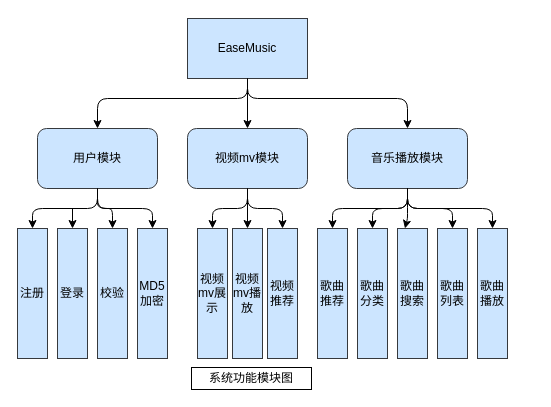
The draw.io diagram src/controller/后台架构.dio in jinfazhu-mygit/backend-of-koa-project-for-graduate, before the edit. Source tidied: cells renumbered, new cells numbered last; positions are measured from the earlier drawing's top-left corner, leaving out a move shared by most shapes. Both pictures are drawn from the tidied source at 100%, with x=0, y=0 at pixel (17, 18).
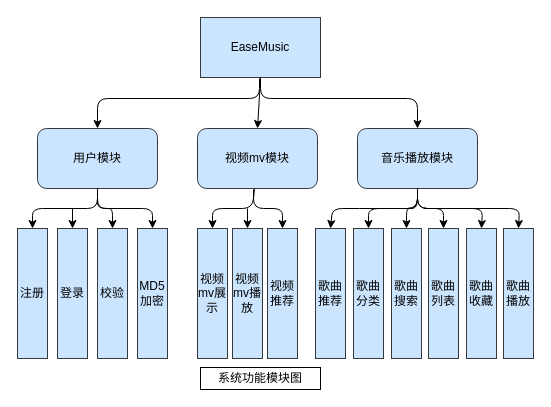
After the change.

Unchanged cells that the change refers to:
```xml
<mxCell id="3" value="用户模块" style="rounded=1;whiteSpace=wrap;html=1;fillColor=#cce5ff;strokeColor=#36393d;fontColor=#000000;" parent="1" vertex="1">
  <mxGeometry x="20" y="110" width="120" height="60" as="geometry" />
</mxCell>
<mxCell id="18" value="视频mv展示" style="rounded=0;whiteSpace=wrap;html=1;fillColor=#cce5ff;strokeColor=#36393d;fontColor=#000000;" parent="1" vertex="1">
  <mxGeometry x="180" y="210" width="30" height="130" as="geometry" />
</mxCell>
<mxCell id="19" value="视频mv播放" style="rounded=0;whiteSpace=wrap;html=1;fillColor=#cce5ff;strokeColor=#36393d;fontColor=#000000;" parent="1" vertex="1">
  <mxGeometry x="215" y="210" width="30" height="130" as="geometry" />
</mxCell>
<mxCell id="21" value="视频推荐" style="rounded=0;whiteSpace=wrap;html=1;fillColor=#cce5ff;strokeColor=#36393d;fontColor=#000000;" parent="1" vertex="1">
  <mxGeometry x="250" y="210" width="30" height="130" as="geometry" />
</mxCell>
```

What changed in the source:
```diff
@@
     <mxCell id="2" value="EaseMusic" style="rounded=0;whiteSpace=wrap;html=1;fillColor=#cce5ff;strokeColor=#36393d;fontColor=#000000;" parent="1" vertex="1">
-      <mxGeometry x="170" width="120" height="60" as="geometry" />
+      <mxGeometry x="183" y="-1" width="120" height="60" as="geometry" />
     </mxCell>
@@
     <mxCell id="4" style="edgeStyle=none;html=1;entryX=0.5;entryY=0;entryDx=0;entryDy=0;fontColor=#000000;strokeColor=#000000;" parent="1" edge="1" source="5" target="18">
       <mxGeometry relative="1" as="geometry">
         <Array as="points">
-          <mxPoint x="230" y="190" />
+          <mxPoint x="235" y="190" />
           <mxPoint x="195" y="190" />
         </Array>
       </mxGeometry>
     </mxCell>
     <mxCell id="5" value="视频mv模块" style="rounded=1;whiteSpace=wrap;html=1;fillColor=#cce5ff;strokeColor=#36393d;fontColor=#000000;" parent="1" vertex="1">
-      <mxGeometry x="170" y="110" width="120" height="60" as="geometry" />
+      <mxGeometry x="180" y="110" width="120" height="60" as="geometry" />
     </mxCell>
     <mxCell id="6" value="音乐播放模块" style="rounded=1;whiteSpace=wrap;html=1;fillColor=#cce5ff;strokeColor=#36393d;fontColor=#000000;" parent="1" vertex="1">
-      <mxGeometry x="330" y="110" width="120" height="60" as="geometry" />
+      <mxGeometry x="340" y="110" width="120" height="60" as="geometry" />
     </mxCell>
     <mxCell id="7" style="endArrow=classic;html=1;fontColor=#000000;strokeColor=#000000;" parent="1" edge="1" target="3">
       <mxGeometry relative="1" as="geometry">
-        <mxPoint x="230" y="60" as="sourcePoint" />
+        <mxPoint x="242" y="60" as="sourcePoint" />
         <Array as="points">
-          <mxPoint x="230" y="80" />
+          <mxPoint x="242" y="80" />
           <mxPoint x="80" y="80" />
         </Array>
       </mxGeometry>
     </mxCell>
     <mxCell id="8" style="endArrow=classic;html=1;fontColor=#000000;strokeColor=#000000;entryX=0.5;entryY=0;entryDx=0;entryDy=0;" parent="1" edge="1" target="5">
       <mxGeometry relative="1" as="geometry">
-        <mxPoint x="230" y="70" as="sourcePoint" />
+        <mxPoint x="243" y="60" as="sourcePoint" />
       </mxGeometry>
     </mxCell>
     <mxCell id="9" style="endArrow=classic;html=1;fontColor=#000000;strokeColor=#000000;entryX=0.5;entryY=0;entryDx=0;entryDy=0;exitX=0.5;exitY=1;exitDx=0;exitDy=0;" parent="1" edge="1" source="2" target="6">
       <mxGeometry relative="1" as="geometry">
         <Array as="points">
-          <mxPoint x="230" y="80" />
-          <mxPoint x="390" y="80" />
+          <mxPoint x="243" y="80" />
+          <mxPoint x="400" y="80" />
         </Array>
       </mxGeometry>
     </mxCell>
@@
-    <mxCell id="20" style="endArrow=classic;html=1;fontColor=#000000;strokeColor=#000000;entryX=0.5;entryY=0;entryDx=0;entryDy=0;" parent="1" edge="1" target="19">
-      <mxGeometry relative="1" as="geometry">
-        <mxPoint x="230" y="170" as="sourcePoint" />
-      </mxGeometry>
-    </mxCell>
@@
     <mxCell id="22" style="endArrow=classic;html=1;fontColor=#000000;strokeColor=#000000;entryX=0.5;entryY=0;entryDx=0;entryDy=0;" parent="1" edge="1" target="21">
       <mxGeometry relative="1" as="geometry">
-        <mxPoint x="230" y="170" as="sourcePoint" />
+        <mxPoint x="236" y="171" as="sourcePoint" />
         <Array as="points">
-          <mxPoint x="230" y="190" />
+          <mxPoint x="236" y="190" />
           <mxPoint x="265" y="190" />
         </Array>
       </mxGeometry>
     </mxCell>
     <mxCell id="23" value="歌曲推荐" style="rounded=0;whiteSpace=wrap;html=1;fillColor=#cce5ff;strokeColor=#36393d;fontColor=#000000;" parent="1" vertex="1">
-      <mxGeometry x="300" y="210" width="30" height="130" as="geometry" />
+      <mxGeometry x="298" y="210" width="30" height="130" as="geometry" />
     </mxCell>
     <mxCell id="24" value="歌曲分类" style="rounded=0;whiteSpace=wrap;html=1;fillColor=#cce5ff;strokeColor=#36393d;fontColor=#000000;" parent="1" vertex="1">
-      <mxGeometry x="340" y="210" width="30" height="130" as="geometry" />
+      <mxGeometry x="336" y="210" width="30" height="130" as="geometry" />
     </mxCell>
     <mxCell id="25" value="歌曲搜索" style="rounded=0;whiteSpace=wrap;html=1;fillColor=#cce5ff;strokeColor=#36393d;fontColor=#000000;" parent="1" vertex="1">
-      <mxGeometry x="380" y="210" width="30" height="130" as="geometry" />
+      <mxGeometry x="374" y="210" width="30" height="130" as="geometry" />
     </mxCell>
-    <mxCell id="26" value="歌曲播放" style="rounded=0;whiteSpace=wrap;html=1;fillColor=#cce5ff;strokeColor=#36393d;fontColor=#000000;" parent="1" vertex="1">
-      <mxGeometry x="460" y="210" width="30" height="130" as="geometry" />
+    <mxCell id="26" value="歌曲收藏" style="rounded=0;whiteSpace=wrap;html=1;fillColor=#cce5ff;strokeColor=#36393d;fontColor=#000000;" parent="1" vertex="1">
+      <mxGeometry x="449" y="210" width="30" height="130" as="geometry" />
     </mxCell>
     <mxCell id="27" value="歌曲列表" style="rounded=0;whiteSpace=wrap;html=1;fillColor=#cce5ff;strokeColor=#36393d;fontColor=#000000;" parent="1" vertex="1">
-      <mxGeometry x="420" y="210" width="30" height="130" as="geometry" />
+      <mxGeometry x="411" y="210" width="30" height="130" as="geometry" />
     </mxCell>
-    <mxCell id="28" style="endArrow=classic;html=1;fontColor=#000000;strokeColor=#000000;exitX=0.5;exitY=1;exitDx=0;exitDy=0;entryX=0.25;entryY=0;entryDx=0;entryDy=0;" parent="1" edge="1" source="6" target="25">
+    <mxCell id="28" style="endArrow=classic;html=1;fontColor=#000000;strokeColor=#000000;exitX=0.5;exitY=1;exitDx=0;exitDy=0;entryX=0.5;entryY=0;entryDx=0;entryDy=0;" parent="1" edge="1" source="6" target="25">
       <mxGeometry relative="1" as="geometry">
         <Array as="points">
-          <mxPoint x="390" y="190" />
-          <mxPoint x="390" y="200" />
+          <mxPoint x="400" y="190" />
+          <mxPoint x="389" y="190" />
         </Array>
       </mxGeometry>
     </mxCell>
-    <mxCell id="29" style="endArrow=classic;html=1;fontColor=#000000;strokeColor=#000000;entryX=0.5;entryY=0;entryDx=0;entryDy=0;" parent="1" edge="1" target="24">
+    <mxCell id="29" style="endArrow=classic;html=1;fontColor=#000000;strokeColor=#000000;entryX=0.5;entryY=0;entryDx=0;entryDy=0;exitX=0.5;exitY=1;exitDx=0;exitDy=0;" parent="1" edge="1" source="6" target="24">
       <mxGeometry relative="1" as="geometry">
-        <mxPoint x="390" y="170" as="sourcePoint" />
         <Array as="points">
-          <mxPoint x="390" y="190" />
-          <mxPoint x="355" y="190" />
+          <mxPoint x="400" y="190" />
+          <mxPoint x="351" y="190" />
         </Array>
       </mxGeometry>
     </mxCell>
-    <mxCell id="30" style="endArrow=classic;html=1;fontColor=#000000;strokeColor=#000000;entryX=0.5;entryY=0;entryDx=0;entryDy=0;" parent="1" edge="1" target="23">
+    <mxCell id="30" style="endArrow=classic;html=1;fontColor=#000000;strokeColor=#000000;entryX=0.5;entryY=0;entryDx=0;entryDy=0;exitX=0.5;exitY=1;exitDx=0;exitDy=0;" parent="1" edge="1" source="6" target="23">
       <mxGeometry relative="1" as="geometry">
-        <mxPoint x="390" y="170" as="sourcePoint" />
         <Array as="points">
-          <mxPoint x="390" y="190" />
+          <mxPoint x="400" y="190" />
+          <mxPoint x="352" y="190" />
           <mxPoint x="315" y="190" />
         </Array>
       </mxGeometry>
     </mxCell>
     <mxCell id="31" style="endArrow=classic;html=1;fontColor=#000000;strokeColor=#000000;exitX=0.5;exitY=1;exitDx=0;exitDy=0;entryX=0.5;entryY=0;entryDx=0;entryDy=0;" parent="1" edge="1" source="6" target="27">
       <mxGeometry relative="1" as="geometry">
         <Array as="points">
-          <mxPoint x="390" y="190" />
-          <mxPoint x="435" y="190" />
+          <mxPoint x="400" y="190" />
+          <mxPoint x="426" y="190" />
         </Array>
       </mxGeometry>
     </mxCell>
-    <mxCell id="32" style="endArrow=classic;html=1;fontColor=#000000;strokeColor=#000000;entryX=0.5;entryY=0;entryDx=0;entryDy=0;" parent="1" edge="1" target="26">
+    <mxCell id="32" style="endArrow=classic;html=1;fontColor=#000000;strokeColor=#000000;entryX=0.5;entryY=0;entryDx=0;entryDy=0;exitX=0.5;exitY=1;exitDx=0;exitDy=0;" parent="1" edge="1" source="6" target="26">
       <mxGeometry relative="1" as="geometry">
-        <mxPoint x="390" y="170" as="sourcePoint" />
         <Array as="points">
-          <mxPoint x="390" y="190" />
-          <mxPoint x="475" y="190" />
+          <mxPoint x="400" y="190" />
+          <mxPoint x="465" y="190" />
         </Array>
       </mxGeometry>
     </mxCell>
     <mxCell id="33" value="系统功能模块图" style="rounded=0;whiteSpace=wrap;html=1;fillColor=#FFFFFF;fontColor=#000000;" parent="1" vertex="1">
-      <mxGeometry x="174" y="349" width="120" height="22" as="geometry" />
+      <mxGeometry x="183" y="349" width="120" height="22" as="geometry" />
     </mxCell>
+    <mxCell id="34" value="歌曲播放" style="rounded=0;whiteSpace=wrap;html=1;fillColor=#cce5ff;strokeColor=#36393d;fontColor=#000000;" parent="1" vertex="1">
+      <mxGeometry x="486" y="210" width="30" height="130" as="geometry" />
+    </mxCell>
+    <mxCell id="35" style="endArrow=classic;html=1;fontColor=#000000;strokeColor=#000000;entryX=0.5;entryY=0;entryDx=0;entryDy=0;" parent="1" edge="1">
+      <mxGeometry relative="1" as="geometry">
+        <mxPoint x="407" y="190" as="sourcePoint" />
+        <mxPoint x="501" y="210" as="targetPoint" />
+        <Array as="points">
+          <mxPoint x="437" y="190" />
+          <mxPoint x="502" y="190" />
+        </Array>
+      </mxGeometry>
+    </mxCell>
+    <mxCell id="36" style="edgeStyle=none;html=1;entryX=0.5;entryY=0;entryDx=0;entryDy=0;fontColor=#000000;strokeColor=#000000;" parent="1" edge="1">
+      <mxGeometry relative="1" as="geometry">
+        <mxPoint x="230" y="190" as="sourcePoint" />
+        <mxPoint x="230" y="210" as="targetPoint" />
+      </mxGeometry>
+    </mxCell>
```
